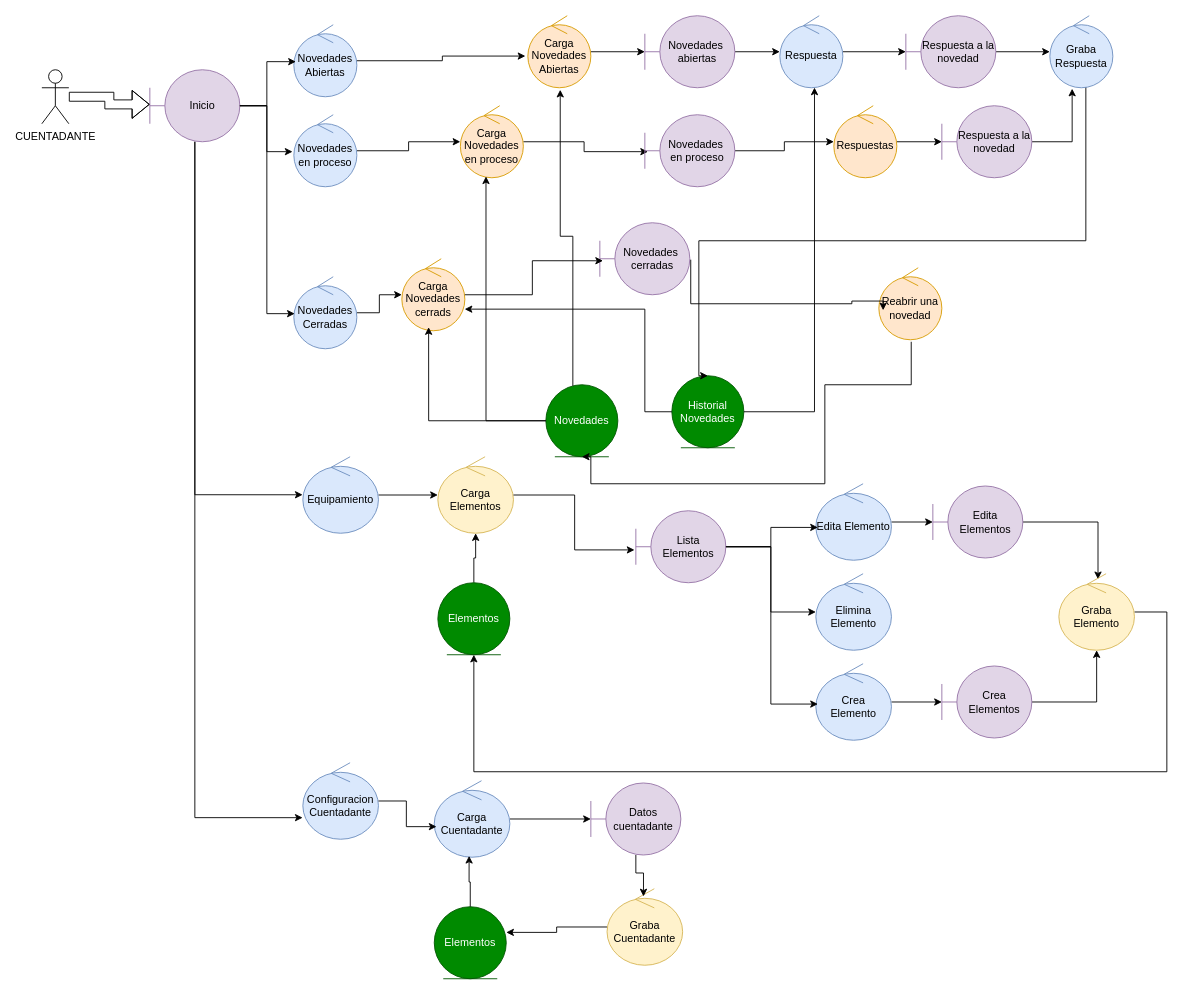
fegasu/CPSI keeps this draw.io diagram as NOVEDADES/ANALISIS/NovedadesRpbustez.drawio. Above is the earlier version. Source tidied: cells renumbered, new cells numbered last; positions are measured from the earlier drawing's top-left corner, leaving out a move shared by most shapes. Both pictures are drawn from the tidied source at 90%, with x=0, y=0 at pixel (41, 15).
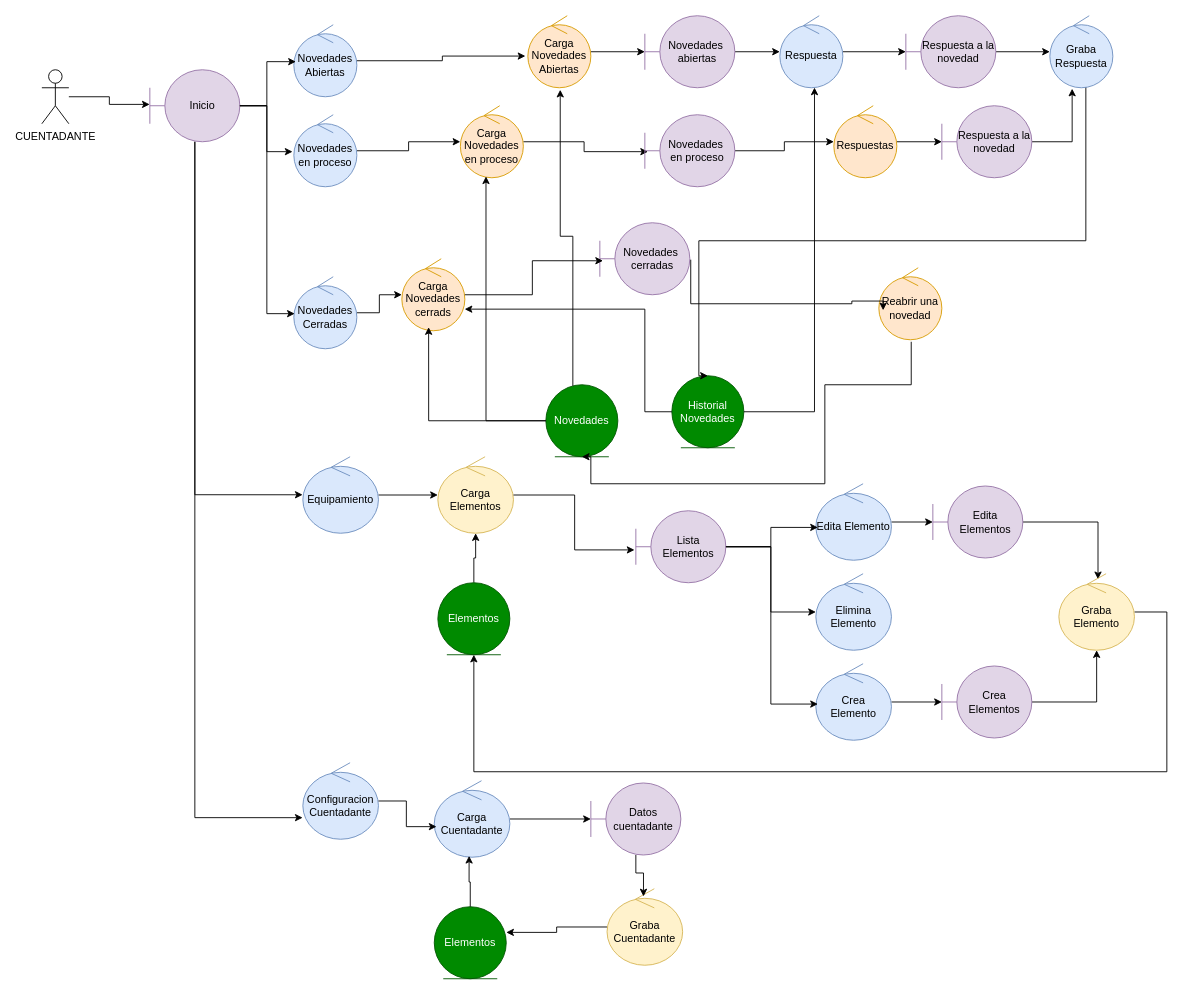
The same diagram, later.

Unchanged cells that the change refers to:
```xml
<mxCell id="2" value="CUENTADANTE" style="shape=umlActor;verticalLabelPosition=bottom;verticalAlign=top;html=1;outlineConnect=0;" parent="1" vertex="1">
  <mxGeometry y="60" width="30" height="60" as="geometry" />
</mxCell>
<mxCell id="4" value="Inicio" style="shape=umlBoundary;whiteSpace=wrap;html=1;fillColor=#e1d5e7;strokeColor=#9673a6;" parent="1" vertex="1">
  <mxGeometry x="120" y="60" width="100" height="80" as="geometry" />
</mxCell>
```

What changed in the source:
```diff
@@
-    <mxCell id="5" style="edgeStyle=orthogonalEdgeStyle;rounded=0;jettySize=auto;html=1;entryX=-0.002;entryY=0.481;entryDx=0;entryDy=0;entryPerimeter=0;shape=flexArrow;" parent="1" edge="1" source="2" target="4">
+    <mxCell id="5" style="edgeStyle=orthogonalEdgeStyle;rounded=0;jettySize=auto;html=1;entryX=-0.002;entryY=0.481;entryDx=0;entryDy=0;entryPerimeter=0;" parent="1" edge="1" source="2" target="4">
       <mxGeometry relative="1" as="geometry" />
     </mxCell>
```
